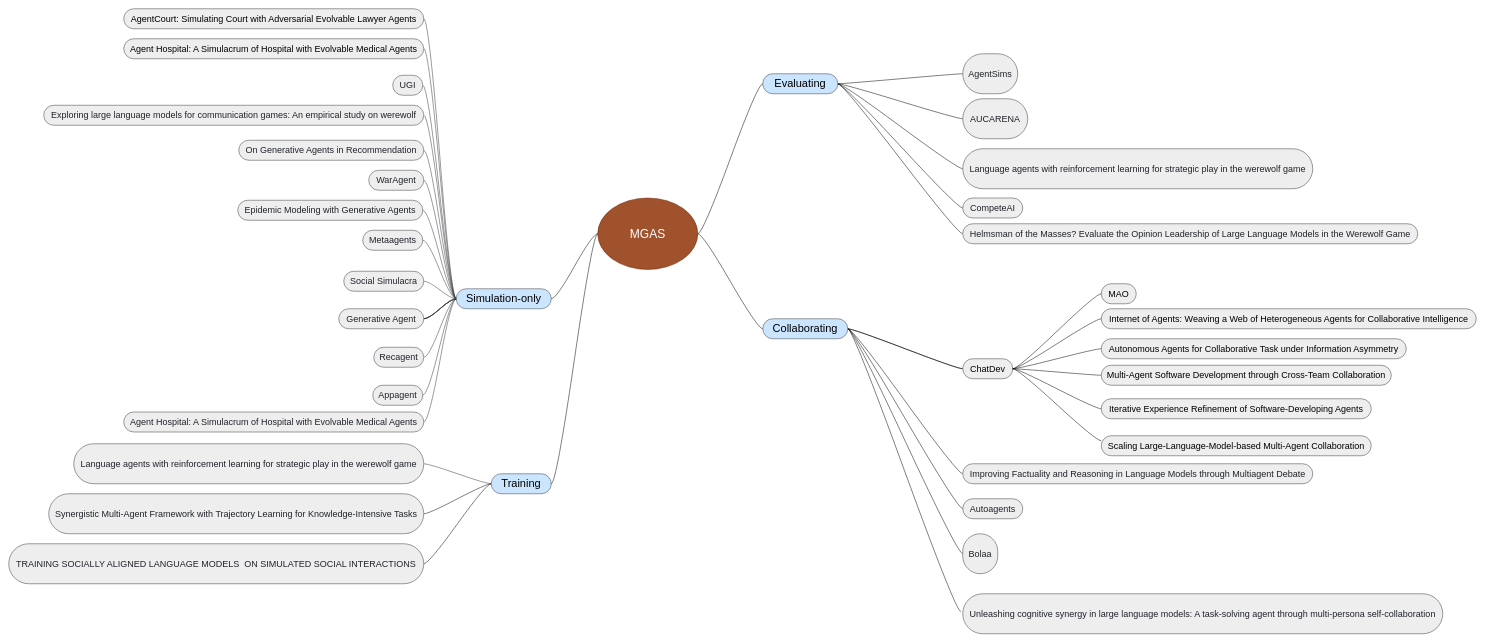
Earlier version of the draw.io diagram page "Application_framework" (4 of 5) of Sim_Survey.drawio (bianhua-12/Multi-generative_Agent_System_survey). Source tidied: cells renumbered, new cells numbered last; positions are measured from the earlier drawing's top-left corner, leaving out a move shared by most shapes. Both pictures are drawn from the tidied source at 50%, with x=0, y=0 at pixel (8, 8).
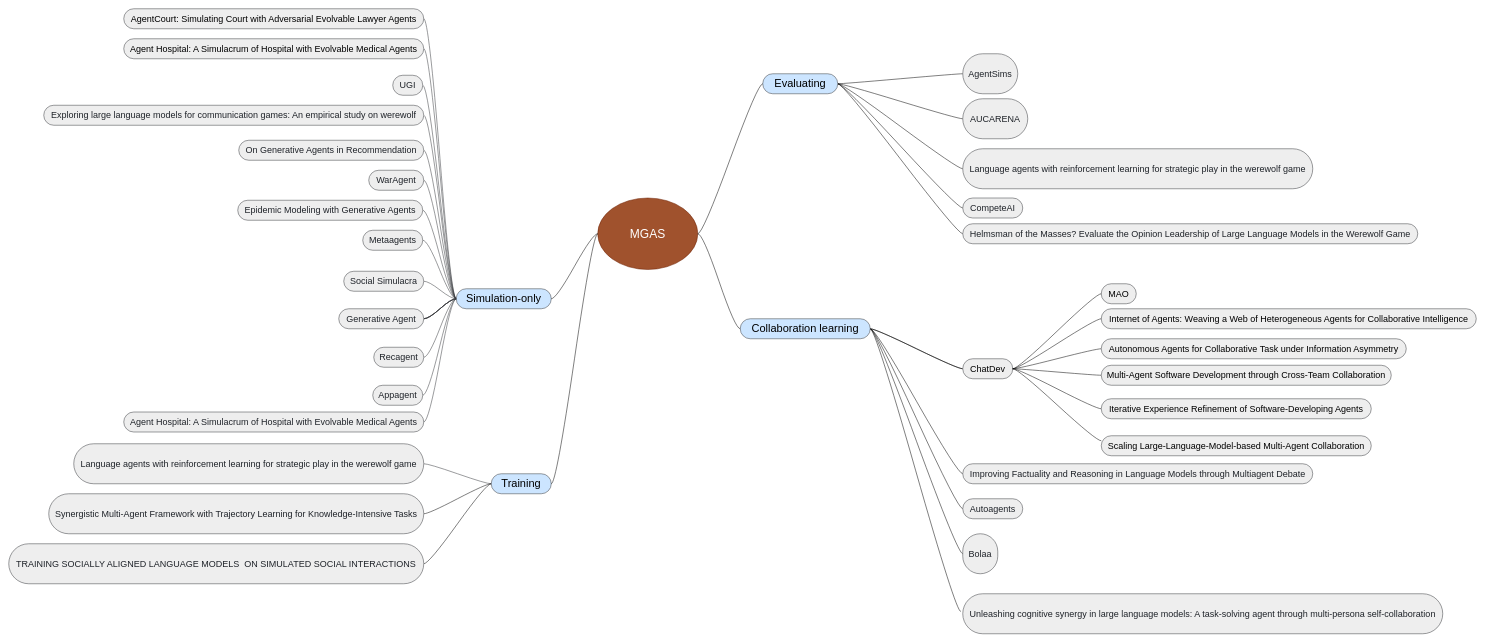
After the change.

Diff of the diagram source:
```diff
@@
-    <mxCell id="36" value="Collaborating" style="whiteSpace=wrap;html=1;rounded=1;arcSize=50;align=center;verticalAlign=middle;strokeWidth=1;spacing=4;newEdgeStyle={&quot;edgeStyle&quot;:&quot;entityRelationEdgeStyle&quot;,&quot;startArrow&quot;:&quot;none&quot;,&quot;endArrow&quot;:&quot;none&quot;,&quot;segment&quot;:10,&quot;curved&quot;:1,&quot;sourcePerimeterSpacing&quot;:0,&quot;targetPerimeterSpacing&quot;:0};fontSize=22;fillColor=#cce5ff;strokeColor=#36393d;" parent="1" vertex="1">
-      <mxGeometry x="1508" y="620" width="170" height="40" as="geometry" />
+    <mxCell id="36" value="Collaboration learning" style="whiteSpace=wrap;html=1;rounded=1;arcSize=50;align=center;verticalAlign=middle;strokeWidth=1;spacing=4;newEdgeStyle={&quot;edgeStyle&quot;:&quot;entityRelationEdgeStyle&quot;,&quot;startArrow&quot;:&quot;none&quot;,&quot;endArrow&quot;:&quot;none&quot;,&quot;segment&quot;:10,&quot;curved&quot;:1,&quot;sourcePerimeterSpacing&quot;:0,&quot;targetPerimeterSpacing&quot;:0};fontSize=22;fillColor=#cce5ff;strokeColor=#36393d;" parent="1" vertex="1">
+      <mxGeometry x="1463" y="620" width="260" height="40" as="geometry" />
     </mxCell>
```
